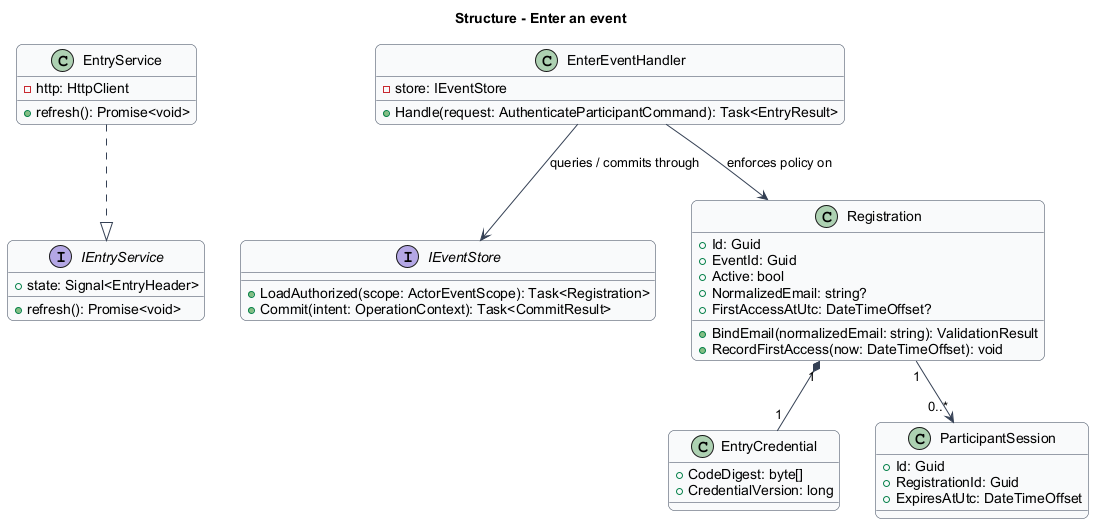
Above: docs/detailed-designs/access/enter-event/diagrams/classes.png in QuinntyneBrown/faithtech-toronto-ai-build-event (PlantUML), before the change. Its diagram source:
```plantuml
@startuml
skinparam backgroundColor #FFFFFF
skinparam shadowing false
skinparam roundcorner 12
skinparam defaultFontName Arial
skinparam ArrowColor #344054
skinparam classBackgroundColor #F9FAFB
skinparam classBorderColor #344054
skinparam sequenceMessageAlign center
skinparam maxMessageSize 180
title Structure - Enter an event
interface IEntryService {
  +state: Signal<EntryHeader>
  +refresh(): Promise<void>
}
class EntryService {
  -http: HttpClient
  +refresh(): Promise<void>
}
class EnterEventHandler {
  -store: IEventStore
  +Handle(request: AuthenticateParticipantCommand): Task<EntryResult>
}
interface IEventStore {
  +LoadAuthorized(scope: ActorEventScope): Task<Registration>
  +Commit(intent: OperationContext): Task<CommitResult>
}
class Registration {
  +Id: Guid
  +EventId: Guid
  +Active: bool
  +NormalizedEmail: string?
  +FirstAccessAtUtc: DateTimeOffset?
  +BindEmail(normalizedEmail: string): ValidationResult
  +RecordFirstAccess(now: DateTimeOffset): void
}
EntryService ..|> IEntryService
EnterEventHandler --> IEventStore : queries / commits through
EnterEventHandler --> Registration : enforces policy on
class EntryCredential {
  +CodeDigest: byte[]
  +CredentialVersion: long
}
class ParticipantSession {
  +Id: Guid
  +RegistrationId: Guid
  +ExpiresAtUtc: DateTimeOffset
}
Registration "1" *-- "1" EntryCredential
Registration "1" --> "0..*" ParticipantSession

@enduml
```
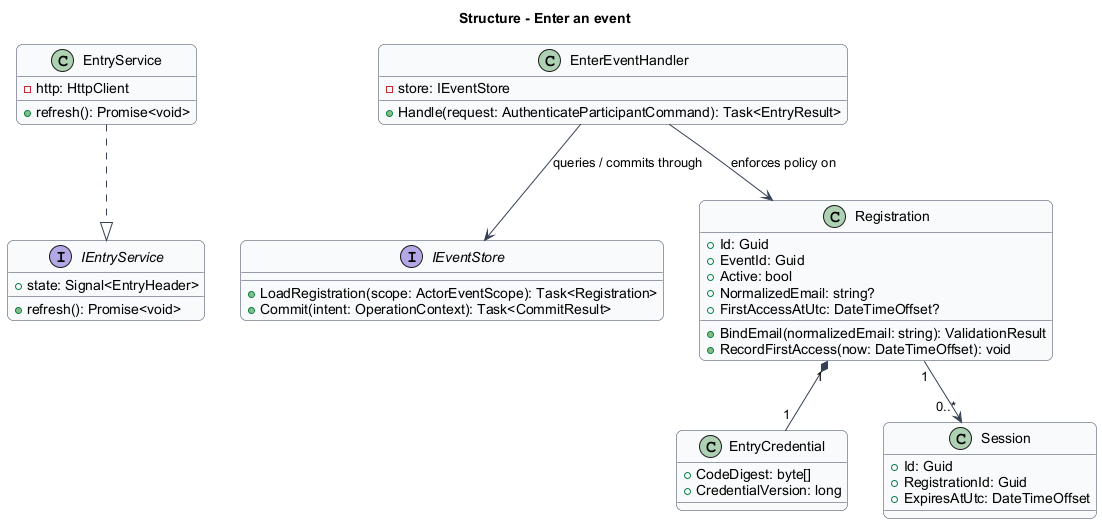
Later version of the same file.

Change to the diagram source:
```diff
@@ -22,7 +22,7 @@
   +Handle(request: AuthenticateParticipantCommand): Task<EntryResult>
 }
 interface IEventStore {
-  +LoadAuthorized(scope: ActorEventScope): Task<Registration>
+  +LoadRegistration(scope: ActorEventScope): Task<Registration>
   +Commit(intent: OperationContext): Task<CommitResult>
 }
 class Registration {
@@ -41,12 +41,12 @@
   +CodeDigest: byte[]
   +CredentialVersion: long
 }
-class ParticipantSession {
+class Session {
   +Id: Guid
   +RegistrationId: Guid
   +ExpiresAtUtc: DateTimeOffset
 }
 Registration "1" *-- "1" EntryCredential
-Registration "1" --> "0..*" ParticipantSession
+Registration "1" --> "0..*" Session
 
 @enduml
```
